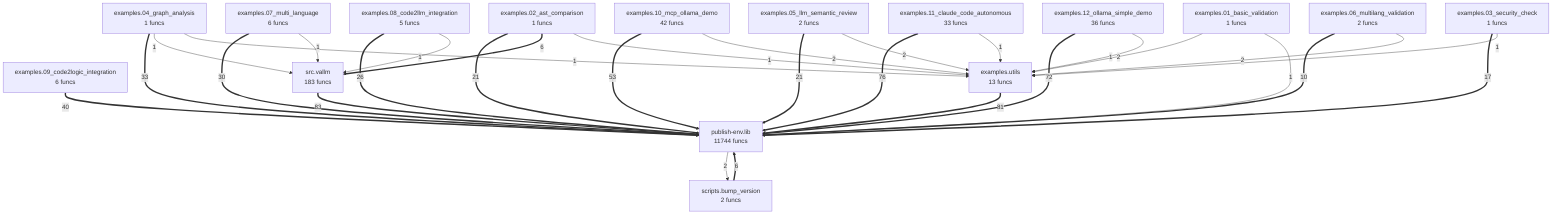
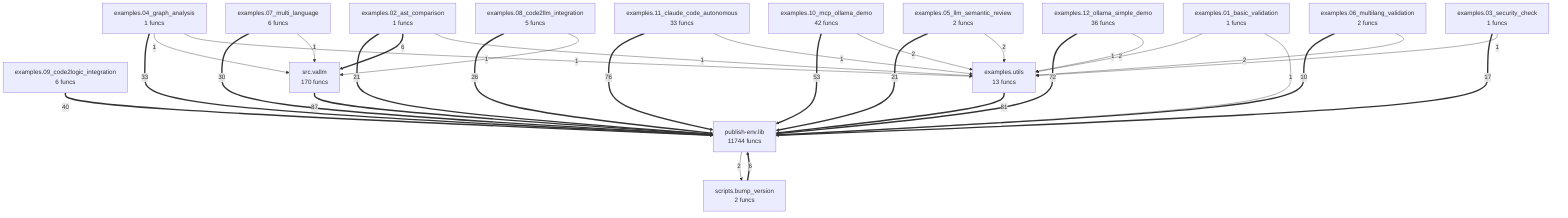
flowchart TD
    examples_01_basic_validation["examples.01_basic_validation<br/>1 funcs"]
    examples_02_ast_comparison["examples.02_ast_comparison<br/>1 funcs"]
    examples_03_security_check["examples.03_security_check<br/>1 funcs"]
    examples_04_graph_analysis["examples.04_graph_analysis<br/>1 funcs"]
    examples_05_llm_semantic_review["examples.05_llm_semantic_review<br/>2 funcs"]
    examples_06_multilang_validation["examples.06_multilang_validation<br/>2 funcs"]
    examples_07_multi_language["examples.07_multi_language<br/>6 funcs"]
    examples_08_code2llm_integration["examples.08_code2llm_integration<br/>5 funcs"]
    examples_09_code2logic_integration["examples.09_code2logic_integration<br/>6 funcs"]
    examples_10_mcp_ollama_demo["examples.10_mcp_ollama_demo<br/>42 funcs"]
    examples_11_claude_code_autonomous["examples.11_claude_code_autonomous<br/>33 funcs"]
    examples_12_ollama_simple_demo["examples.12_ollama_simple_demo<br/>36 funcs"]
    examples_utils["examples.utils<br/>13 funcs"]
    publish_env_lib["publish-env.lib<br/>11744 funcs"]
    scripts_bump_version["scripts.bump_version<br/>2 funcs"]
-     src_vallm["src.vallm<br/>183 funcs"]
-     src_vallm ==>|83| publish_env_lib
+     src_vallm["src.vallm<br/>170 funcs"]
+     src_vallm ==>|87| publish_env_lib
    examples_utils ==>|81| publish_env_lib
    examples_11_claude_code_autonomous ==>|76| publish_env_lib
    examples_12_ollama_simple_demo ==>|72| publish_env_lib
    examples_10_mcp_ollama_demo ==>|53| publish_env_lib
    examples_09_code2logic_integration ==>|40| publish_env_lib
    examples_04_graph_analysis ==>|33| publish_env_lib
    examples_07_multi_language ==>|30| publish_env_lib
    examples_08_code2llm_integration ==>|26| publish_env_lib
    examples_05_llm_semantic_review ==>|21| publish_env_lib
    examples_02_ast_comparison ==>|21| publish_env_lib
    examples_03_security_check ==>|17| publish_env_lib
    examples_06_multilang_validation ==>|10| publish_env_lib
    scripts_bump_version ==>|6| publish_env_lib
    examples_02_ast_comparison ==>|6| src_vallm
    publish_env_lib -->|2| scripts_bump_version
    examples_05_llm_semantic_review -->|2| examples_utils
    examples_01_basic_validation -->|2| examples_utils
    examples_06_multilang_validation -->|2| examples_utils
    examples_10_mcp_ollama_demo -->|2| examples_utils
+     examples_11_claude_code_autonomous -->|1| examples_utils
    examples_04_graph_analysis -->|1| src_vallm
    examples_04_graph_analysis -->|1| examples_utils
    examples_12_ollama_simple_demo -->|1| examples_utils
-     examples_11_claude_code_autonomous -->|1| examples_utils
    examples_01_basic_validation -->|1| publish_env_lib
+     examples_02_ast_comparison -->|1| examples_utils
    examples_03_security_check -->|1| examples_utils
-     examples_02_ast_comparison -->|1| examples_utils
    examples_07_multi_language -->|1| src_vallm
    examples_08_code2llm_integration -->|1| src_vallm
